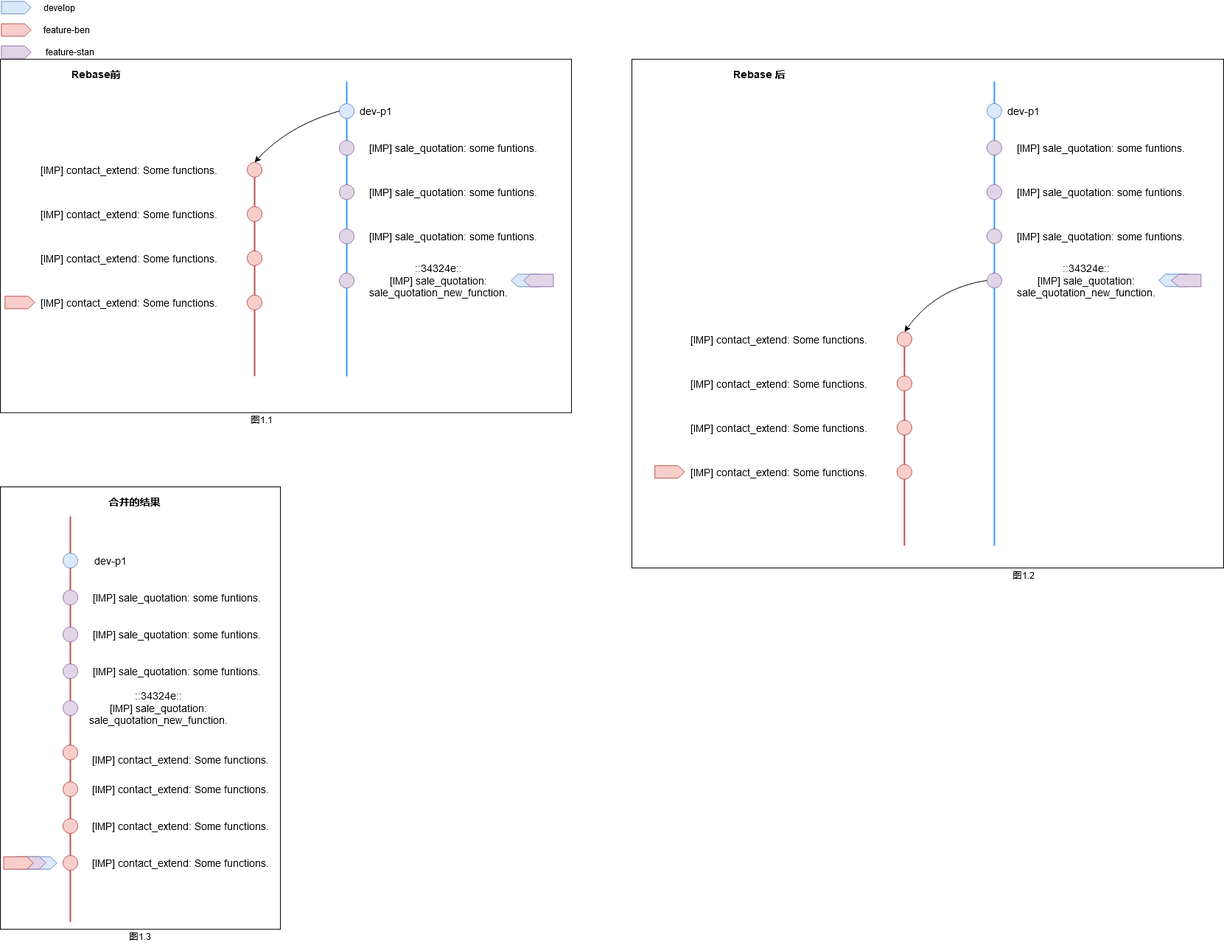
alreadytakenn/images keeps this draw.io diagram as gitBranchModel/rebasePersonalBranch.png. Above is the earlier version. Source tidied: cells renumbered, new cells last; positions are measured from the earlier drawing's top-left corner, leaving out a move shared by most shapes.
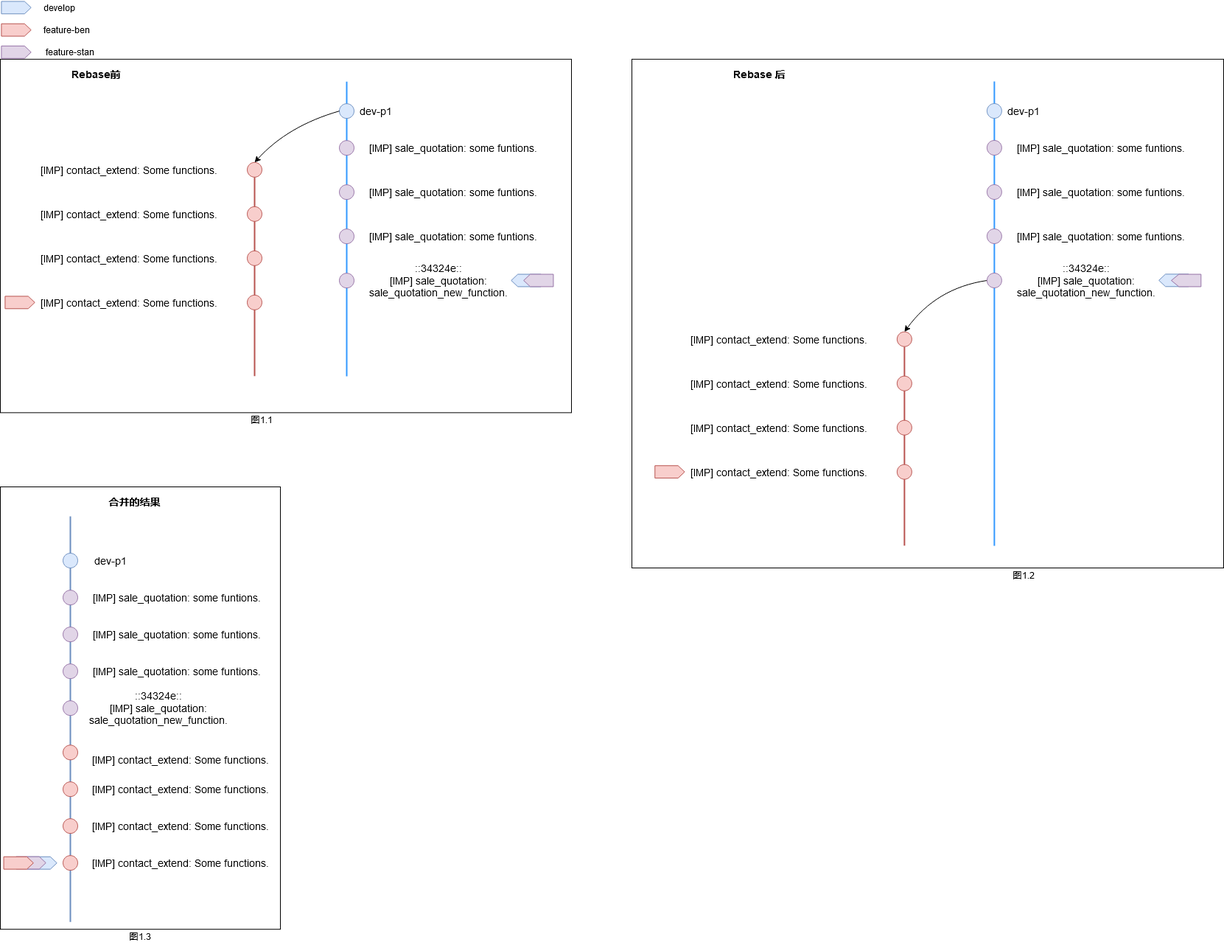
The same diagram one commit later.

Change to the diagram source:
```diff
@@ -17,7 +17,7 @@
     <mxCell id="6" style="line;strokeWidth=2;direction=south;html=1;fillColor=#f8cecc;strokeColor=#b85450;" parent="1" vertex="1">
       <mxGeometry x="340" y="249.8" width="10" height="270" as="geometry" />
     </mxCell>
-    <mxCell id="7" style="line;strokeWidth=2;direction=south;html=1;strokeColor=#b85450;fillColor=#f8cecc;" parent="1" vertex="1">
+    <mxCell id="7" style="line;strokeWidth=2;direction=south;html=1;strokeColor=#6c8ebf;fillColor=#dae8fc;" parent="1" vertex="1">
       <mxGeometry x="90" y="710" width="10" height="550.1" as="geometry" />
     </mxCell>
     <mxCell id="8" style="ellipse;whiteSpace=wrap;html=1;strokeColor=#6c8ebf;fillColor=#dae8fc;" parent="1" vertex="1">
```
